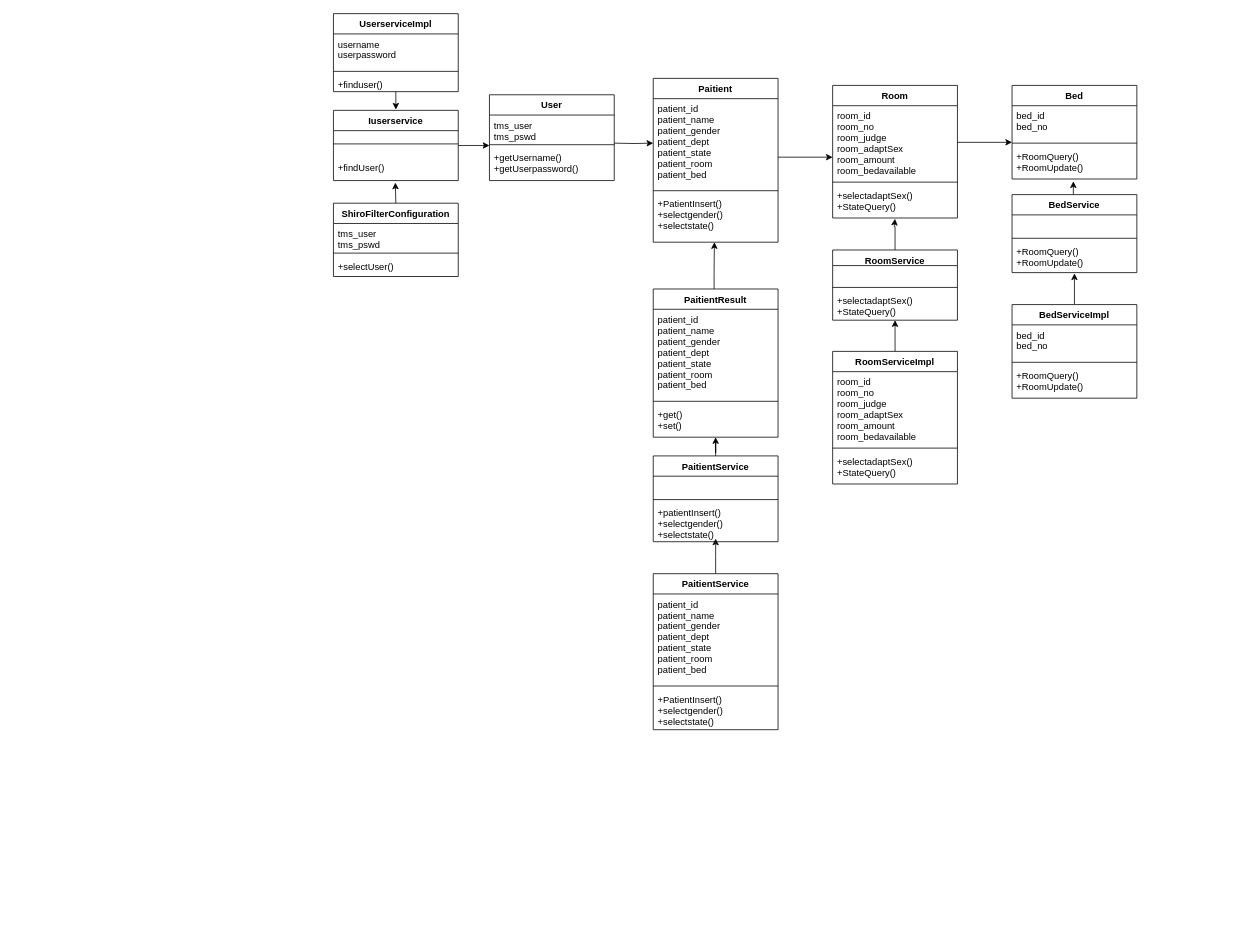
Before: 未命名绘图.drawio in 13545130425/CosmeticsSales, a draw.io diagram. Source tidied: cells renumbered, new cells numbered last; positions are measured from the earlier drawing's top-left corner, leaving out a move shared by most shapes. Both pictures are drawn from the tidied source at 78%, with x=0, y=0 at pixel (333, 13).
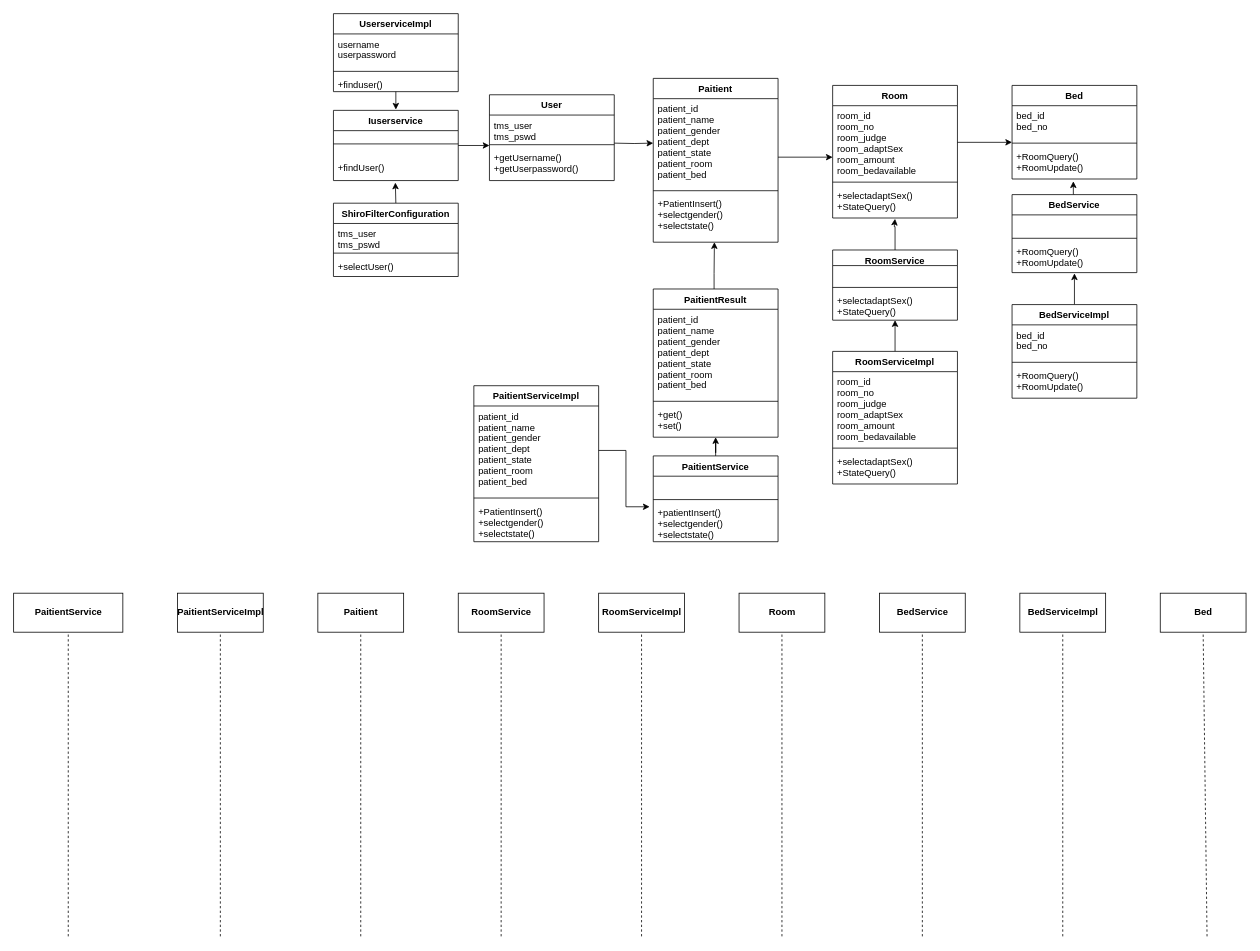
After the change.

Commit message (it also covers changes not shown here):
更新未命名绘图.drawio

The change refers to these unchanged cells:
```xml
<mxCell id="29" value="+patientInsert()&#10;+selectgender()&#10;+selectstate()" style="text;strokeColor=none;fillColor=none;align=left;verticalAlign=top;spacingLeft=4;spacingRight=4;overflow=hidden;points=[[0,0.5],[1,0.5]];portConstraint=eastwest;" parent="26" vertex="1">
  <mxGeometry y="60" width="160" height="50" as="geometry" />
</mxCell>
<mxCell id="37" value="patient_id&#10;patient_name&#10;patient_gender&#10;patient_dept&#10;patient_state&#10;patient_room&#10;patient_bed" style="text;strokeColor=none;fillColor=none;align=left;verticalAlign=top;spacingLeft=4;spacingRight=4;overflow=hidden;points=[[0,0.5],[1,0.5]];portConstraint=eastwest;" parent="36" vertex="1">
  <mxGeometry y="26" width="160" height="114" as="geometry" />
</mxCell>
```

Diff of the diagram source:
```diff
@@
-    <mxCell id="35" style="edgeStyle=orthogonalEdgeStyle;rounded=0;jettySize=auto;html=1;" parent="1" edge="1" source="36">
-      <mxGeometry relative="1" as="geometry">
-        <mxPoint x="490" y="673" as="targetPoint" />
-      </mxGeometry>
-    </mxCell>
-    <mxCell id="36" value="PaitientService" style="swimlane;fontStyle=1;align=center;verticalAlign=top;horizontal=1;startSize=26;" parent="1" vertex="1">
-      <mxGeometry x="410" y="718" width="160" height="200" as="geometry" />
+    <mxCell id="36" value="PaitientServiceImpl" style="swimlane;fontStyle=1;align=center;verticalAlign=top;horizontal=1;startSize=26;" parent="1" vertex="1">
+      <mxGeometry x="180" y="477" width="160" height="200" as="geometry" />
     </mxCell>
@@
+    <mxCell id="70" style="edgeStyle=orthogonalEdgeStyle;rounded=0;jettySize=auto;html=1;exitX=1;exitY=0.5;exitDx=0;exitDy=0;entryX=-0.029;entryY=0.104;entryDx=0;entryDy=0;entryPerimeter=0;" parent="1" edge="1" source="37" target="29">
+      <mxGeometry relative="1" as="geometry" />
+    </mxCell>
+    <mxCell id="71" value="&lt;span style=&quot;font-weight: 700;&quot;&gt;PaitientService&lt;/span&gt;" style="html=1;" parent="1" vertex="1">
+      <mxGeometry x="-410" y="743" width="140" height="50" as="geometry" />
+    </mxCell>
+    <mxCell id="72" value="&lt;span style=&quot;font-weight: 700;&quot;&gt;PaitientServiceImpl&lt;/span&gt;" style="html=1;" parent="1" vertex="1">
+      <mxGeometry x="-200" y="743" width="110" height="50" as="geometry" />
+    </mxCell>
+    <mxCell id="73" value="&lt;span style=&quot;font-weight: 700;&quot;&gt;Paitient&lt;/span&gt;" style="html=1;" parent="1" vertex="1">
+      <mxGeometry x="-20" y="743" width="110" height="50" as="geometry" />
+    </mxCell>
+    <mxCell id="74" value="&lt;span style=&quot;font-weight: 700;&quot;&gt;RoomService&lt;/span&gt;" style="html=1;" parent="1" vertex="1">
+      <mxGeometry x="160" y="743" width="110" height="50" as="geometry" />
+    </mxCell>
+    <mxCell id="75" value="&lt;span style=&quot;font-weight: 700;&quot;&gt;RoomServiceImpl&lt;/span&gt;" style="html=1;" parent="1" vertex="1">
+      <mxGeometry x="340" y="743" width="110" height="50" as="geometry" />
+    </mxCell>
+    <mxCell id="76" value="&lt;span style=&quot;font-weight: 700;&quot;&gt;Room&lt;/span&gt;" style="html=1;" parent="1" vertex="1">
+      <mxGeometry x="520" y="743" width="110" height="50" as="geometry" />
+    </mxCell>
+    <mxCell id="77" value="&lt;span style=&quot;font-weight: 700;&quot;&gt;BedService&lt;/span&gt;" style="html=1;" parent="1" vertex="1">
+      <mxGeometry x="700" y="743" width="110" height="50" as="geometry" />
+    </mxCell>
+    <mxCell id="78" value="&lt;span style=&quot;font-weight: 700;&quot;&gt;BedServiceImpl&lt;/span&gt;" style="html=1;" parent="1" vertex="1">
+      <mxGeometry x="880" y="743" width="110" height="50" as="geometry" />
+    </mxCell>
+    <mxCell id="79" value="&lt;span style=&quot;font-weight: 700;&quot;&gt;Bed&lt;/span&gt;" style="html=1;" parent="1" vertex="1">
+      <mxGeometry x="1060" y="743" width="110" height="50" as="geometry" />
+    </mxCell>
+    <mxCell id="80" style="endArrow=none;dashed=1;html=1;rounded=0;entryX=0.5;entryY=1;entryDx=0;entryDy=0;" parent="1" edge="1" target="71">
+      <mxGeometry relative="1" as="geometry">
+        <mxPoint x="-340" y="1183" as="sourcePoint" />
+      </mxGeometry>
+    </mxCell>
+    <mxCell id="81" style="endArrow=none;dashed=1;html=1;rounded=0;entryX=0.5;entryY=1;entryDx=0;entryDy=0;" parent="1" edge="1" target="72">
+      <mxGeometry relative="1" as="geometry">
+        <mxPoint x="-145" y="1183" as="sourcePoint" />
+      </mxGeometry>
+    </mxCell>
+    <mxCell id="82" style="endArrow=none;dashed=1;html=1;rounded=0;entryX=0.5;entryY=1;entryDx=0;entryDy=0;" parent="1" edge="1" target="73">
+      <mxGeometry relative="1" as="geometry">
+        <mxPoint x="35" y="1183" as="sourcePoint" />
+      </mxGeometry>
+    </mxCell>
+    <mxCell id="83" style="endArrow=none;dashed=1;html=1;rounded=0;entryX=0.5;entryY=1;entryDx=0;entryDy=0;" parent="1" edge="1" target="74">
+      <mxGeometry relative="1" as="geometry">
+        <mxPoint x="215" y="1183" as="sourcePoint" />
+      </mxGeometry>
+    </mxCell>
+    <mxCell id="84" style="endArrow=none;dashed=1;html=1;rounded=0;entryX=0.5;entryY=1;entryDx=0;entryDy=0;" parent="1" edge="1" target="75">
+      <mxGeometry relative="1" as="geometry">
+        <mxPoint x="395" y="1183" as="sourcePoint" />
+      </mxGeometry>
+    </mxCell>
+    <mxCell id="85" style="endArrow=none;dashed=1;html=1;rounded=0;entryX=0.5;entryY=1;entryDx=0;entryDy=0;" parent="1" edge="1" target="76">
+      <mxGeometry relative="1" as="geometry">
+        <mxPoint x="575" y="1183" as="sourcePoint" />
+      </mxGeometry>
+    </mxCell>
+    <mxCell id="86" style="endArrow=none;dashed=1;html=1;rounded=0;entryX=0.5;entryY=1;entryDx=0;entryDy=0;" parent="1" edge="1" target="77">
+      <mxGeometry relative="1" as="geometry">
+        <mxPoint x="755" y="1183" as="sourcePoint" />
+      </mxGeometry>
+    </mxCell>
+    <mxCell id="87" style="endArrow=none;dashed=1;html=1;rounded=0;entryX=0.5;entryY=1;entryDx=0;entryDy=0;" parent="1" edge="1" target="78">
+      <mxGeometry relative="1" as="geometry">
+        <mxPoint x="935" y="1183" as="sourcePoint" />
+      </mxGeometry>
+    </mxCell>
+    <mxCell id="88" style="endArrow=none;dashed=1;html=1;rounded=0;entryX=0.5;entryY=1;entryDx=0;entryDy=0;" parent="1" edge="1" target="79">
+      <mxGeometry relative="1" as="geometry">
+        <mxPoint x="1120" y="1183" as="sourcePoint" />
+      </mxGeometry>
+    </mxCell>
```
